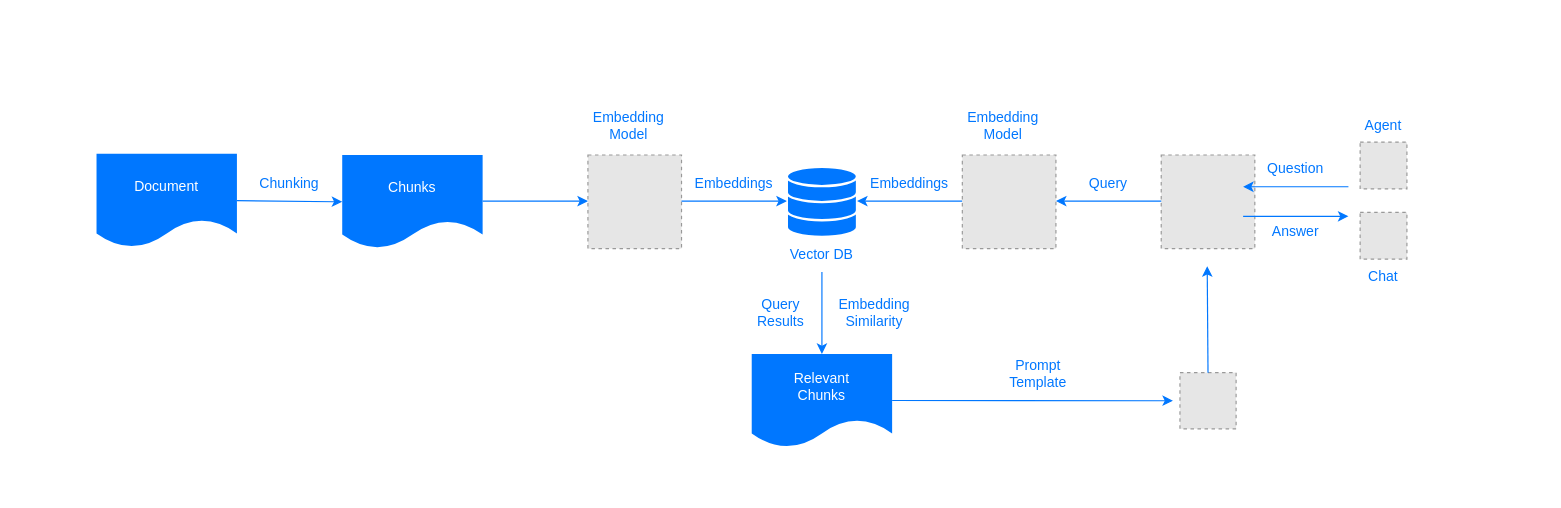
ai-flowx/vecx keeps this draw.io diagram as diagram.drawio. Above is the earlier version. Source tidied: cells renumbered, new cells numbered last; positions are measured from the earlier drawing's top-left corner, leaving out a move shared by most shapes. Both pictures are drawn from the tidied source at 117%, with x=0, y=0 at pixel (20, 20). Pictures stored in the file or linked from it are replaced by grey dashed boxes.
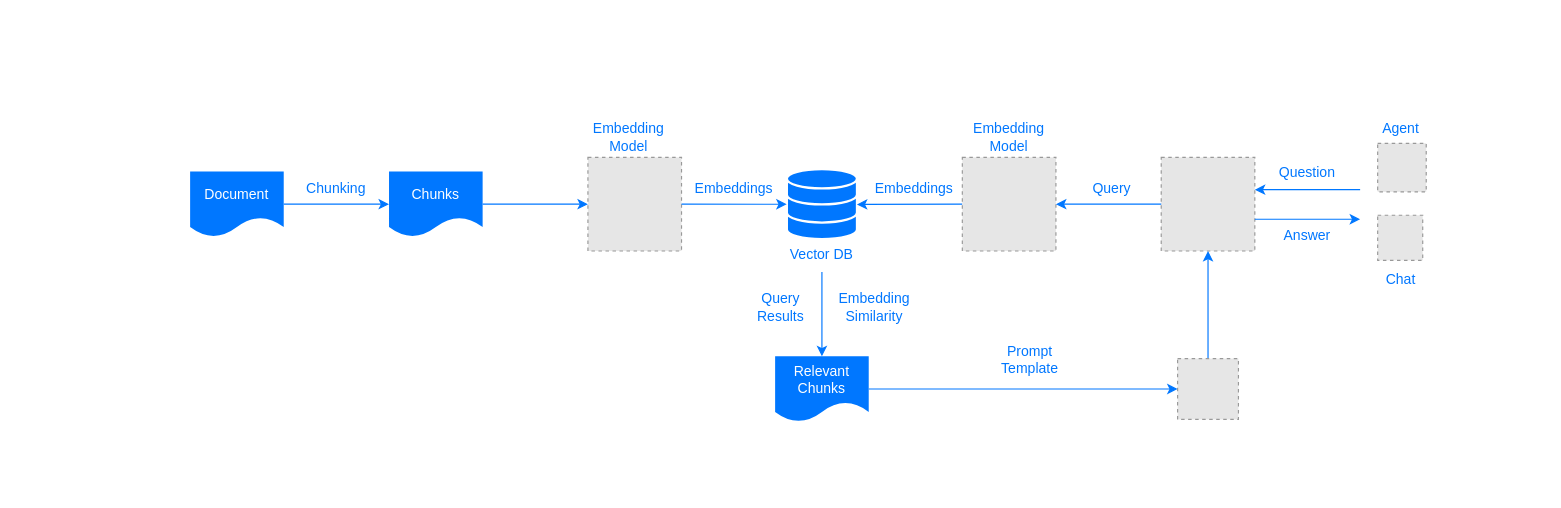
The same page after the edit.

What changed in the source:
```diff
@@
     <mxCell id="2" style="rounded=0;whiteSpace=wrap;html=1;dashed=1;fillColor=#FFFFFF;strokeColor=none;" parent="1" vertex="1">
-      <mxGeometry width="1300" height="400" as="geometry" />
+      <mxGeometry x="85" y="18.8" width="1170" height="362.5" as="geometry" />
     </mxCell>
-    <mxCell id="3" value="Document" style="shape=document;whiteSpace=wrap;html=1;boundedLbl=1;fillColor=#0077FF;strokeColor=none;fontColor=#FFFFFF;" parent="1" vertex="1">
-      <mxGeometry x="65" y="114" width="120" height="80" as="geometry" />
-    </mxCell>
-    <mxCell id="4" value="&lt;font&gt;Chunks&lt;/font&gt;" style="shape=document;whiteSpace=wrap;html=1;boundedLbl=1;fillColor=#0077FF;strokeColor=none;fontColor=#FFFFFF;" parent="1" vertex="1">
-      <mxGeometry x="275" y="115" width="120" height="80" as="geometry" />
-    </mxCell>
@@
     <mxCell id="6" value="Chunking" style="text;html=1;strokeColor=none;fillColor=none;align=center;verticalAlign=middle;whiteSpace=wrap;rounded=0;fontColor=#0077FF;" parent="1" vertex="1">
-      <mxGeometry x="195" y="125" width="70" height="30" as="geometry" />
+      <mxGeometry x="235" y="129" width="70" height="30" as="geometry" />
     </mxCell>
     <mxCell id="7" style="fillColor=#E6E6E6;strokeColor=#999999;dashed=1;verticalLabelPosition=bottom;labelBackgroundColor=default;verticalAlign=top;" parent="1" vertex="1">
-      <mxGeometry x="975" y="115" width="80" height="80" as="geometry" />
+      <mxGeometry x="975" y="117" width="80" height="80" as="geometry" />
     </mxCell>
     <mxCell id="8" style="fillColor=#E6E6E6;strokeColor=#999999;dashed=1;verticalLabelPosition=bottom;labelBackgroundColor=default;verticalAlign=top;" parent="1" vertex="1">
-      <mxGeometry x="485" y="115" width="80" height="80" as="geometry" />
+      <mxGeometry x="485" y="117" width="80" height="80" as="geometry" />
     </mxCell>
     <mxCell id="9" style="html=1;verticalLabelPosition=bottom;align=center;labelBackgroundColor=#ffffff;verticalAlign=top;strokeWidth=2;strokeColor=#FFFFFF;shadow=0;dashed=0;shape=mxgraph.ios7.icons.data;fillColor=#0077FF;" parent="1" vertex="1">
-      <mxGeometry x="655" y="125" width="60" height="60" as="geometry" />
+      <mxGeometry x="655" y="127" width="60" height="60" as="geometry" />
     </mxCell>
-    <mxCell id="10" style="endArrow=classic;html=1;exitX=1;exitY=0.5;exitDx=0;exitDy=0;entryX=0;entryY=0.5;entryDx=0;entryDy=0;strokeColor=#0077FF;" parent="1" edge="1">
-      <mxGeometry relative="1" as="geometry">
-        <mxPoint x="395" y="154.4" as="sourcePoint" />
-        <mxPoint x="485" y="154.4" as="targetPoint" />
-      </mxGeometry>
+    <mxCell id="10" style="endArrow=classic;html=1;exitX=1;exitY=0.5;exitDx=0;exitDy=0;entryX=0;entryY=0.5;entryDx=0;entryDy=0;strokeColor=#0077FF;" parent="1" edge="1" source="4" target="8">
+      <mxGeometry relative="1" as="geometry" />
     </mxCell>
     <mxCell id="11" value="Embedding Model" style="text;html=1;strokeColor=none;fillColor=none;align=center;verticalAlign=middle;whiteSpace=wrap;rounded=0;fontColor=#0077FF;" parent="1" vertex="1">
-      <mxGeometry x="485" y="75" width="70" height="30" as="geometry" />
+      <mxGeometry x="485" y="84.5" width="70" height="30" as="geometry" />
     </mxCell>
-    <mxCell id="12" style="endArrow=classic;html=1;exitX=1;exitY=0.5;exitDx=0;exitDy=0;entryX=0;entryY=0.5;entryDx=0;entryDy=0;strokeColor=#0077FF;" parent="1" edge="1">
-      <mxGeometry relative="1" as="geometry">
-        <mxPoint x="565" y="154.4" as="sourcePoint" />
-        <mxPoint x="655" y="154.4" as="targetPoint" />
-      </mxGeometry>
+    <mxCell id="12" style="endArrow=classic;html=1;exitX=1;exitY=0.5;exitDx=0;exitDy=0;entryX=-0.002;entryY=0.501;entryDx=0;entryDy=0;strokeColor=#0077FF;entryPerimeter=0;" parent="1" edge="1" source="8" target="9">
+      <mxGeometry relative="1" as="geometry" />
     </mxCell>
     <mxCell id="13" value="Embeddings" style="text;html=1;strokeColor=none;fillColor=none;align=center;verticalAlign=middle;whiteSpace=wrap;rounded=0;fontColor=#0077FF;" parent="1" vertex="1">
-      <mxGeometry x="575" y="125" width="70" height="30" as="geometry" />
+      <mxGeometry x="575" y="129" width="70" height="30" as="geometry" />
     </mxCell>
@@
-    <mxCell id="15" style="endArrow=none;html=1;exitX=1;exitY=0.5;exitDx=0;exitDy=0;entryX=0;entryY=0.5;entryDx=0;entryDy=0;startArrow=classic;startFill=1;endFill=0;strokeColor=#0077FF;" parent="1" edge="1">
-      <mxGeometry relative="1" as="geometry">
-        <mxPoint x="715" y="154.4" as="sourcePoint" />
-        <mxPoint x="805" y="154.4" as="targetPoint" />
-      </mxGeometry>
+    <mxCell id="15" style="endArrow=none;html=1;exitX=0.998;exitY=0.504;exitDx=0;exitDy=0;entryX=0;entryY=0.5;entryDx=0;entryDy=0;startArrow=classic;startFill=1;endFill=0;strokeColor=#0077FF;exitPerimeter=0;" parent="1" edge="1" source="9" target="17">
+      <mxGeometry relative="1" as="geometry" />
     </mxCell>
     <mxCell id="16" value="Embeddings" style="text;html=1;strokeColor=none;fillColor=none;align=center;verticalAlign=middle;whiteSpace=wrap;rounded=0;fontColor=#0077FF;" parent="1" vertex="1">
-      <mxGeometry x="725" y="125" width="70" height="30" as="geometry" />
+      <mxGeometry x="729" y="129" width="70" height="30" as="geometry" />
     </mxCell>
     <mxCell id="17" style="fillColor=#E6E6E6;strokeColor=#999999;dashed=1;verticalLabelPosition=bottom;labelBackgroundColor=default;verticalAlign=top;" parent="1" vertex="1">
-      <mxGeometry x="805" y="115" width="80" height="80" as="geometry" />
+      <mxGeometry x="805" y="117" width="80" height="80" as="geometry" />
     </mxCell>
     <mxCell id="18" value="Embedding Model" style="text;html=1;strokeColor=none;fillColor=none;align=center;verticalAlign=middle;whiteSpace=wrap;rounded=0;fontColor=#0077FF;" parent="1" vertex="1">
-      <mxGeometry x="805" y="75" width="70" height="30" as="geometry" />
+      <mxGeometry x="810" y="84.5" width="70" height="30" as="geometry" />
     </mxCell>
-    <mxCell id="19" style="endArrow=none;html=1;exitX=1;exitY=0.5;exitDx=0;exitDy=0;entryX=0;entryY=0.5;entryDx=0;entryDy=0;startArrow=classic;startFill=1;endFill=0;strokeColor=#0077FF;" parent="1" edge="1">
-      <mxGeometry relative="1" as="geometry">
-        <mxPoint x="885" y="154.4" as="sourcePoint" />
-        <mxPoint x="975" y="154.4" as="targetPoint" />
-      </mxGeometry>
+    <mxCell id="19" style="endArrow=none;html=1;exitX=1;exitY=0.5;exitDx=0;exitDy=0;entryX=0;entryY=0.5;entryDx=0;entryDy=0;startArrow=classic;startFill=1;endFill=0;strokeColor=#0077FF;" parent="1" edge="1" source="17" target="7">
+      <mxGeometry relative="1" as="geometry" />
     </mxCell>
     <mxCell id="20" value="Query" style="text;html=1;strokeColor=none;fillColor=none;align=center;verticalAlign=middle;whiteSpace=wrap;rounded=0;fontColor=#0077FF;" parent="1" vertex="1">
-      <mxGeometry x="895" y="125" width="70" height="30" as="geometry" />
+      <mxGeometry x="898" y="129" width="70" height="30" as="geometry" />
     </mxCell>
     <mxCell id="21" style="endArrow=none;html=1;exitX=1;exitY=0.5;exitDx=0;exitDy=0;entryX=0;entryY=0.5;entryDx=0;entryDy=0;startArrow=classic;startFill=1;endFill=0;strokeColor=#0077FF;" parent="1" edge="1">
       <mxGeometry relative="1" as="geometry">
-        <mxPoint x="1045" y="142.1" as="sourcePoint" />
-        <mxPoint x="1135" y="142.1" as="targetPoint" />
+        <mxPoint x="1055" y="144.6" as="sourcePoint" />
+        <mxPoint x="1145" y="144.6" as="targetPoint" />
       </mxGeometry>
     </mxCell>
     <mxCell id="22" style="endArrow=classic;html=1;exitX=1;exitY=0.5;exitDx=0;exitDy=0;entryX=0;entryY=0.5;entryDx=0;entryDy=0;startArrow=none;startFill=0;endFill=1;strokeColor=#0077FF;" parent="1" edge="1">
       <mxGeometry relative="1" as="geometry">
-        <mxPoint x="1045" y="167.4" as="sourcePoint" />
-        <mxPoint x="1135" y="167.4" as="targetPoint" />
+        <mxPoint x="1055" y="169.9" as="sourcePoint" />
+        <mxPoint x="1145" y="169.9" as="targetPoint" />
       </mxGeometry>
     </mxCell>
     <mxCell id="23" value="Question" style="text;html=1;strokeColor=none;fillColor=none;align=center;verticalAlign=middle;whiteSpace=wrap;rounded=0;fontColor=#0077FF;" parent="1" vertex="1">
-      <mxGeometry x="1055" y="112" width="70" height="30" as="geometry" />
+      <mxGeometry x="1065" y="114.5" width="70" height="30" as="geometry" />
     </mxCell>
     <mxCell id="24" value="Answer" style="text;html=1;strokeColor=none;fillColor=none;align=center;verticalAlign=middle;whiteSpace=wrap;rounded=0;fontColor=#0077FF;" parent="1" vertex="1">
-      <mxGeometry x="1055" y="166" width="70" height="30" as="geometry" />
+      <mxGeometry x="1065" y="168.5" width="70" height="30" as="geometry" />
     </mxCell>
     <mxCell id="25" style="fillColor=#E6E6E6;strokeColor=#999999;dashed=1;verticalLabelPosition=bottom;labelBackgroundColor=default;verticalAlign=top;" parent="1" vertex="1">
-      <mxGeometry x="1145" y="104" width="40" height="40" as="geometry" />
+      <mxGeometry x="1160" y="105" width="41.5" height="41.5" as="geometry" />
     </mxCell>
     <mxCell id="26" style="fillColor=#E6E6E6;strokeColor=#999999;dashed=1;verticalLabelPosition=bottom;labelBackgroundColor=default;verticalAlign=top;" parent="1" vertex="1">
-      <mxGeometry x="1145" y="164" width="40" height="40" as="geometry" />
+      <mxGeometry x="1160" y="166.5" width="38.5" height="38.5" as="geometry" />
     </mxCell>
-    <mxCell id="27" value="&lt;font&gt;Relevant&lt;br&gt;Chunks&lt;/font&gt;" style="shape=document;whiteSpace=wrap;html=1;boundedLbl=1;fillColor=#0077FF;strokeColor=none;fontColor=#FFFFFF;" parent="1" vertex="1">
-      <mxGeometry x="625" y="285" width="120" height="80" as="geometry" />
-    </mxCell>
@@
     <mxCell id="29" value="Query&lt;br&gt;Results" style="text;html=1;strokeColor=none;fillColor=none;align=center;verticalAlign=middle;whiteSpace=wrap;rounded=0;fontColor=#0077FF;" parent="1" vertex="1">
-      <mxGeometry x="615" y="235" width="70" height="30" as="geometry" />
+      <mxGeometry x="615" y="230" width="70" height="30" as="geometry" />
     </mxCell>
     <mxCell id="30" value="Embedding&lt;br&gt;Similarity" style="text;html=1;strokeColor=none;fillColor=none;align=center;verticalAlign=middle;whiteSpace=wrap;rounded=0;fontColor=#0077FF;" parent="1" vertex="1">
-      <mxGeometry x="695" y="235" width="70" height="30" as="geometry" />
+      <mxGeometry x="695" y="230" width="70" height="30" as="geometry" />
     </mxCell>
-    <mxCell id="31" style="endArrow=classic;html=1;exitX=1;exitY=0.5;exitDx=0;exitDy=0;strokeColor=#0077FF;" parent="1" edge="1">
-      <mxGeometry relative="1" as="geometry">
-        <mxPoint x="745" y="324.8" as="sourcePoint" />
-        <mxPoint x="985" y="325" as="targetPoint" />
-      </mxGeometry>
+    <mxCell id="31" style="endArrow=classic;html=1;exitX=1;exitY=0.5;exitDx=0;exitDy=0;strokeColor=#0077FF;entryX=0;entryY=0.5;entryDx=0;entryDy=0;" parent="1" edge="1" source="27" target="37">
+      <mxGeometry relative="1" as="geometry" />
     </mxCell>
     <mxCell id="32" value="Prompt&lt;br&gt;Template" style="text;html=1;strokeColor=none;fillColor=none;align=center;verticalAlign=middle;whiteSpace=wrap;rounded=0;fontColor=#0077FF;" parent="1" vertex="1">
-      <mxGeometry x="835" y="287" width="70" height="30" as="geometry" />
+      <mxGeometry x="828" y="275" width="70" height="30" as="geometry" />
     </mxCell>
-    <mxCell id="33" style="fillColor=#E6E6E6;strokeColor=#999999;dashed=1;verticalLabelPosition=bottom;labelBackgroundColor=default;verticalAlign=top;" parent="1" vertex="1">
-      <mxGeometry x="991" y="301" width="48" height="48" as="geometry" />
-    </mxCell>
-    <mxCell id="34" style="endArrow=classic;html=1;exitX=0.5;exitY=0;exitDx=0;exitDy=0;entryX=0.5;entryY=1;entryDx=0;entryDy=0;startArrow=none;startFill=0;endFill=1;strokeColor=#0077FF;" parent="1" edge="1" source="33">
+    <mxCell id="34" style="endArrow=classic;html=1;entryX=0.5;entryY=1;entryDx=0;entryDy=0;startArrow=none;startFill=0;endFill=1;strokeColor=#0077FF;" parent="1" edge="1" target="7">
       <mxGeometry relative="1" as="geometry">
-        <mxPoint x="1014.3" y="210" as="targetPoint" />
+        <mxPoint x="1015" y="295" as="sourcePoint" />
       </mxGeometry>
     </mxCell>
     <mxCell id="35" value="Agent" style="text;html=1;strokeColor=none;fillColor=none;align=center;verticalAlign=middle;whiteSpace=wrap;rounded=0;fontColor=#0077FF;" parent="1" vertex="1">
-      <mxGeometry x="1130" y="75" width="70" height="30" as="geometry" />
+      <mxGeometry x="1145" y="77.5" width="70" height="30" as="geometry" />
     </mxCell>
     <mxCell id="36" value="Chat" style="text;html=1;strokeColor=none;fillColor=none;align=center;verticalAlign=middle;whiteSpace=wrap;rounded=0;fontColor=#0077FF;" parent="1" vertex="1">
-      <mxGeometry x="1130" y="204" width="70" height="30" as="geometry" />
+      <mxGeometry x="1145" y="206.5" width="70" height="30" as="geometry" />
     </mxCell>
+    <mxCell id="3" value="Document" style="shape=document;whiteSpace=wrap;html=1;boundedLbl=1;fillColor=#0077FF;strokeColor=none;fontColor=#FFFFFF;" parent="1" vertex="1">
+      <mxGeometry x="145" y="129" width="80" height="56" as="geometry" />
+    </mxCell>
+    <mxCell id="4" value="Chunks" style="shape=document;whiteSpace=wrap;html=1;boundedLbl=1;fillColor=#0077FF;strokeColor=none;fontColor=#FFFFFF;" parent="1" vertex="1">
+      <mxGeometry x="315" y="129" width="80" height="56" as="geometry" />
+    </mxCell>
+    <mxCell id="27" value="Relevant&lt;br&gt;Chunks" style="shape=document;whiteSpace=wrap;html=1;boundedLbl=1;fillColor=#0077FF;strokeColor=none;fontColor=#FFFFFF;" parent="1" vertex="1">
+      <mxGeometry x="645" y="287" width="80" height="56" as="geometry" />
+    </mxCell>
+    <mxCell id="37" style="fillColor=#E6E6E6;strokeColor=#999999;dashed=1;verticalLabelPosition=bottom;labelBackgroundColor=default;verticalAlign=top;" parent="1" vertex="1">
+      <mxGeometry x="989" y="289" width="52" height="52" as="geometry" />
+    </mxCell>
```
